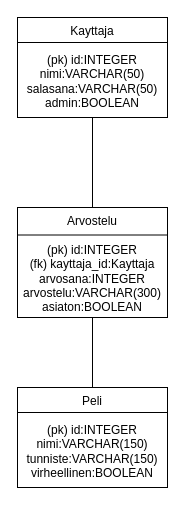
Jeeses313/Peliarvostelupalvelu keeps this draw.io diagram as documentation/Peliarvostelupalvelu tietokantakaavio.drawio. Above is the earlier version. Source tidied: cells renumbered, new cells numbered last; positions are measured from the earlier drawing's top-left corner, leaving out a move shared by most shapes. Both pictures are drawn from the tidied source at 100%, with x=0, y=0 at pixel (17, 17).
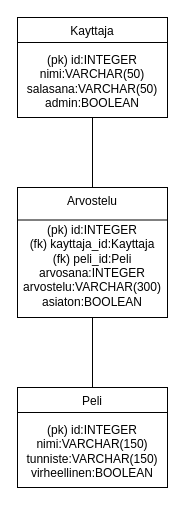
The same diagram, later.

Change to the diagram source:
```diff
@@
 <mxGraphModel>
   <root>
     <mxCell id="0" />
     <mxCell id="1" parent="0" />
     <mxCell id="2" value="&lt;div&gt;Kayttaja&lt;/div&gt;&lt;div&gt;&lt;br&gt;&lt;/div&gt;&lt;div&gt;(pk) id:INTEGER&lt;/div&gt;&lt;div&gt;nimi:VARCHAR(50)&lt;/div&gt;&lt;div&gt;salasana:VARCHAR(50)&lt;/div&gt;&lt;div&gt;admin:BOOLEAN&lt;br&gt;&lt;/div&gt;" style="rounded=0;whiteSpace=wrap;html=1;verticalAlign=top;" parent="1" vertex="1">
       <mxGeometry width="150" height="100" as="geometry" />
     </mxCell>
-    <mxCell id="3" value="&lt;div&gt;Arvostelu&lt;/div&gt;&lt;div&gt;&lt;br&gt;&lt;/div&gt;&lt;div&gt;(pk) id:INTEGER&lt;br&gt;&lt;/div&gt;&lt;div&gt;(fk) kayttaja_id:Kayttaja&lt;br&gt;&lt;/div&gt;&lt;div&gt;arvosana:INTEGER&lt;/div&gt;&lt;div&gt;arvostelu:VARCHAR(300)&lt;br&gt;&lt;/div&gt;&lt;div&gt;asiaton:BOOLEAN&lt;br&gt;&lt;/div&gt;" style="rounded=0;whiteSpace=wrap;html=1;verticalAlign=top;" parent="1" vertex="1">
-      <mxGeometry y="190" width="150" height="110" as="geometry" />
+    <mxCell id="3" value="&lt;div&gt;Arvostelu&lt;/div&gt;&lt;div&gt;&lt;br&gt;&lt;/div&gt;&lt;div&gt;(pk) id:INTEGER&lt;br&gt;&lt;/div&gt;&lt;div&gt;(fk) kayttaja_id:Kayttaja&lt;/div&gt;&lt;div&gt;(fk) peli_id:Peli&lt;br&gt;&lt;/div&gt;&lt;div&gt;arvosana:INTEGER&lt;/div&gt;&lt;div&gt;arvostelu:VARCHAR(300)&lt;br&gt;&lt;/div&gt;&lt;div&gt;asiaton:BOOLEAN&lt;br&gt;&lt;/div&gt;" style="rounded=0;whiteSpace=wrap;html=1;verticalAlign=top;" parent="1" vertex="1">
+      <mxGeometry y="170" width="150" height="130" as="geometry" />
     </mxCell>
     <mxCell id="4" value="&lt;div&gt;Peli&lt;br&gt;&lt;/div&gt;&lt;div&gt;&lt;br&gt;&lt;/div&gt;&lt;div&gt;(pk) id:INTEGER&lt;/div&gt;&lt;div&gt;nimi:VARCHAR(150)&lt;/div&gt;&lt;div&gt;tunniste:VARCHAR(150)&lt;/div&gt;&lt;div&gt;virheellinen:BOOLEAN&lt;br&gt;&lt;/div&gt;" style="rounded=0;whiteSpace=wrap;html=1;verticalAlign=top;" parent="1" vertex="1">
       <mxGeometry y="370" width="150" height="100" as="geometry" />
     </mxCell>
     <mxCell id="5" style="endArrow=none;html=1;entryX=1;entryY=0.25;entryDx=0;entryDy=0;exitX=0;exitY=0.25;exitDx=0;exitDy=0;" parent="1" edge="1" source="2" target="2">
       <mxGeometry relative="1" as="geometry" />
     </mxCell>
     <mxCell id="6" style="endArrow=none;html=1;entryX=1;entryY=0.25;entryDx=0;entryDy=0;exitX=0;exitY=0.25;exitDx=0;exitDy=0;" parent="1" edge="1" source="3" target="3">
       <mxGeometry relative="1" as="geometry" />
     </mxCell>
     <mxCell id="7" style="endArrow=none;html=1;entryX=0.5;entryY=1;entryDx=0;entryDy=0;exitX=0.5;exitY=0;exitDx=0;exitDy=0;" parent="1" edge="1" source="4" target="3">
       <mxGeometry relative="1" as="geometry" />
     </mxCell>
     <mxCell id="8" style="endArrow=none;html=1;entryX=0.5;entryY=1;entryDx=0;entryDy=0;exitX=0.5;exitY=0;exitDx=0;exitDy=0;" parent="1" edge="1" source="3" target="2">
       <mxGeometry relative="1" as="geometry" />
     </mxCell>
     <mxCell id="9" style="endArrow=none;html=1;entryX=1;entryY=0.25;entryDx=0;entryDy=0;exitX=0;exitY=0.25;exitDx=0;exitDy=0;" parent="1" edge="1" source="4" target="4">
       <mxGeometry relative="1" as="geometry" />
     </mxCell>
   </root>
 </mxGraphModel>
```
